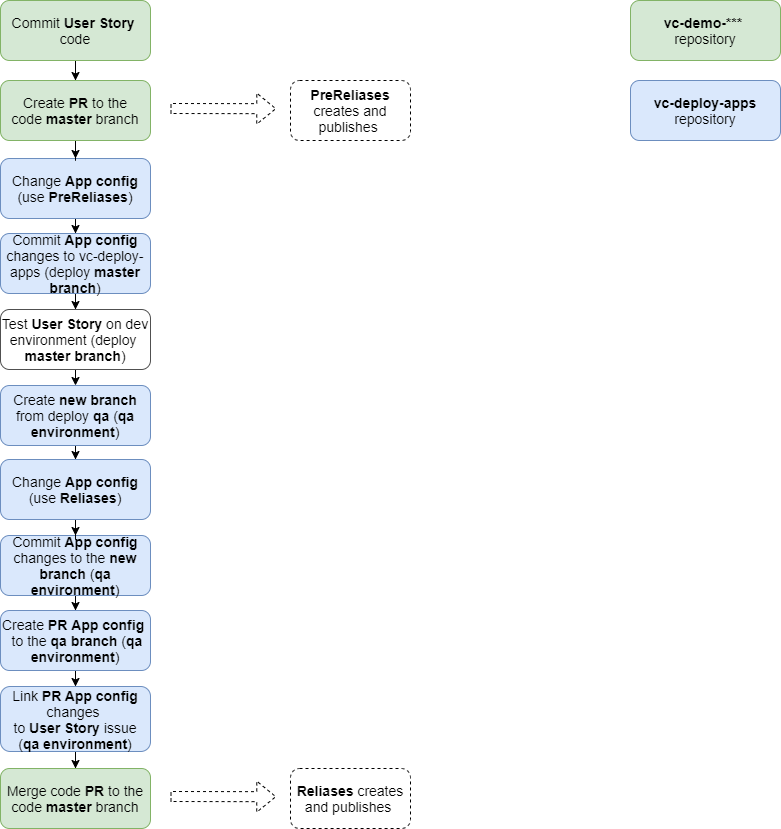
Earlier version of the draw.io export docs/media/ArgoCD flows-Master branch flow (v2).png (VirtoCommerce/vc-deploy-apps). Source tidied: cells renumbered, new cells last; positions are measured from the earlier drawing's top-left corner, leaving out a move shared by most shapes.
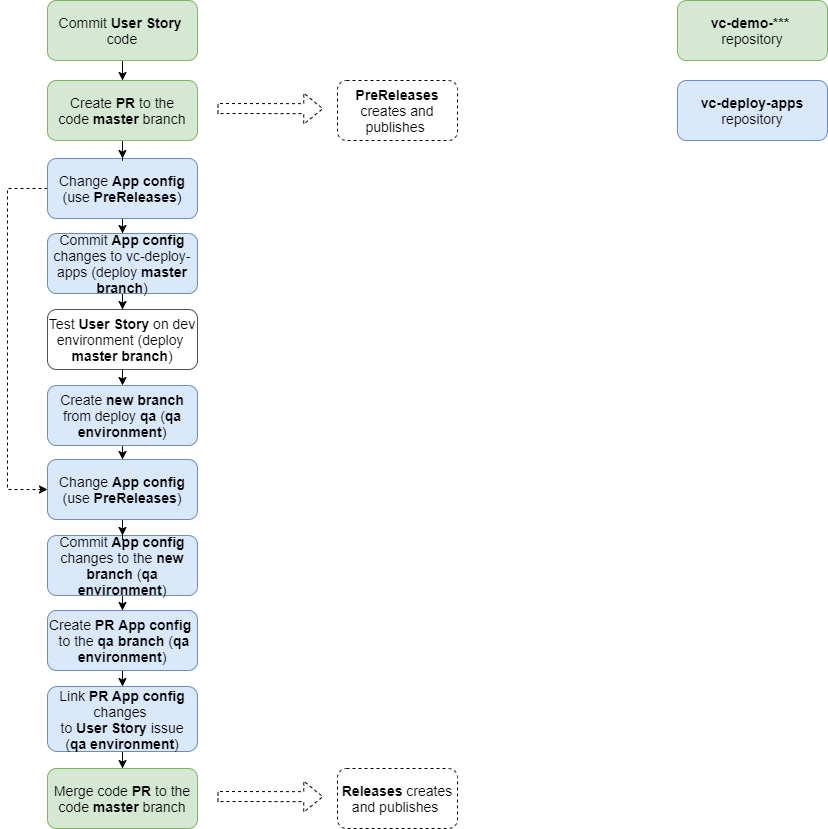
The same file after the commit.

The edit, as a diff of the source:
```diff
@@ -11,7 +11,15 @@
     <mxCell id="4" style="edgeStyle=orthogonalEdgeStyle;rounded=0;jettySize=auto;html=1;entryX=0.5;entryY=0;entryDx=0;entryDy=0;fontSize=13;" parent="1" edge="1" source="5" target="7">
       <mxGeometry relative="1" as="geometry" />
     </mxCell>
+    <mxCell id="29" style="edgeStyle=orthogonalEdgeStyle;rounded=0;jettySize=auto;html=1;entryX=0;entryY=0.5;entryDx=0;entryDy=0;dashed=1;" parent="1" edge="1" source="5" target="25">
+      <mxGeometry relative="1" as="geometry">
+        <Array as="points">
+          <mxPoint x="-40" y="188" />
+          <mxPoint x="-40" y="489" />
+        </Array>
+      </mxGeometry>
+    </mxCell>
-    <mxCell id="5" value="Change &lt;b&gt;App config&lt;/b&gt;&lt;br&gt;(use &lt;b&gt;PreReliases&lt;/b&gt;)" style="rounded=1;whiteSpace=wrap;html=1;strokeColor=#6c8ebf;fillColor=#dae8fc;fontSize=14;" parent="1" vertex="1">
+    <mxCell id="5" value="Change &lt;b&gt;App config&lt;/b&gt;&lt;br&gt;(use &lt;b&gt;PreReleases&lt;/b&gt;)" style="rounded=1;whiteSpace=wrap;html=1;strokeColor=#6c8ebf;fillColor=#dae8fc;fontSize=14;" parent="1" vertex="1">
       <mxGeometry y="158" width="150" height="60" as="geometry" />
     </mxCell>
     <mxCell id="6" style="edgeStyle=orthogonalEdgeStyle;rounded=0;jettySize=auto;html=1;" parent="1" edge="1" source="7" target="9">
@@ -64,7 +72,7 @@
         <mxPoint x="275.8" y="108.2" as="targetPoint" />
       </mxGeometry>
     </mxCell>
-    <mxCell id="21" value="&lt;b&gt;PreReliases&lt;/b&gt; creates and publishes&amp;nbsp;" style="rounded=1;whiteSpace=wrap;html=1;fontSize=14;dashed=1;" parent="1" vertex="1">
+    <mxCell id="21" value="&lt;b&gt;PreReleases&lt;br&gt;&lt;/b&gt;creates and publishes&amp;nbsp;" style="rounded=1;whiteSpace=wrap;html=1;fontSize=14;dashed=1;" parent="1" vertex="1">
       <mxGeometry x="290" y="80" width="120" height="60" as="geometry" />
     </mxCell>
     <mxCell id="22" value="&lt;b&gt;vc-demo-*** &lt;/b&gt;&lt;br&gt;repository" style="rounded=1;whiteSpace=wrap;html=1;strokeColor=#82b366;fillColor=#d5e8d4;fontSize=14;" parent="1" vertex="1">
@@ -76,7 +84,7 @@
     <mxCell id="24" style="edgeStyle=orthogonalEdgeStyle;rounded=0;jettySize=auto;html=1;entryX=0.5;entryY=0;entryDx=0;entryDy=0;fontSize=14;" parent="1" edge="1" source="25" target="13">
       <mxGeometry relative="1" as="geometry" />
     </mxCell>
-    <mxCell id="25" value="Change &lt;b&gt;App config&lt;/b&gt;&lt;br&gt;(use &lt;b&gt;Reliases&lt;/b&gt;)" style="rounded=1;whiteSpace=wrap;html=1;strokeColor=#6c8ebf;fillColor=#dae8fc;fontSize=14;" parent="1" vertex="1">
+    <mxCell id="25" value="Change &lt;b&gt;App config&lt;/b&gt;&lt;br&gt;(use &lt;b&gt;PreReleases&lt;/b&gt;)" style="rounded=1;whiteSpace=wrap;html=1;strokeColor=#6c8ebf;fillColor=#dae8fc;fontSize=14;" parent="1" vertex="1">
       <mxGeometry y="459" width="150" height="60" as="geometry" />
     </mxCell>
     <mxCell id="26" value="Merge code&amp;nbsp;&lt;b&gt;PR&lt;/b&gt; to the code&amp;nbsp;&lt;b&gt;master&lt;/b&gt; branch" style="rounded=1;whiteSpace=wrap;html=1;strokeColor=#82b366;fillColor=#d5e8d4;fontSize=14;" parent="1" vertex="1">
@@ -88,7 +96,7 @@
         <mxPoint x="275.8" y="796.2" as="targetPoint" />
       </mxGeometry>
     </mxCell>
-    <mxCell id="28" value="&lt;b&gt;Reliases&lt;/b&gt; creates and publishes&amp;nbsp;" style="rounded=1;whiteSpace=wrap;html=1;fontSize=14;dashed=1;" parent="1" vertex="1">
+    <mxCell id="28" value="&lt;b&gt;Releases&lt;/b&gt; creates and publishes&amp;nbsp;" style="rounded=1;whiteSpace=wrap;html=1;fontSize=14;dashed=1;" parent="1" vertex="1">
       <mxGeometry x="290" y="768" width="120" height="60" as="geometry" />
     </mxCell>
   </root>
```
